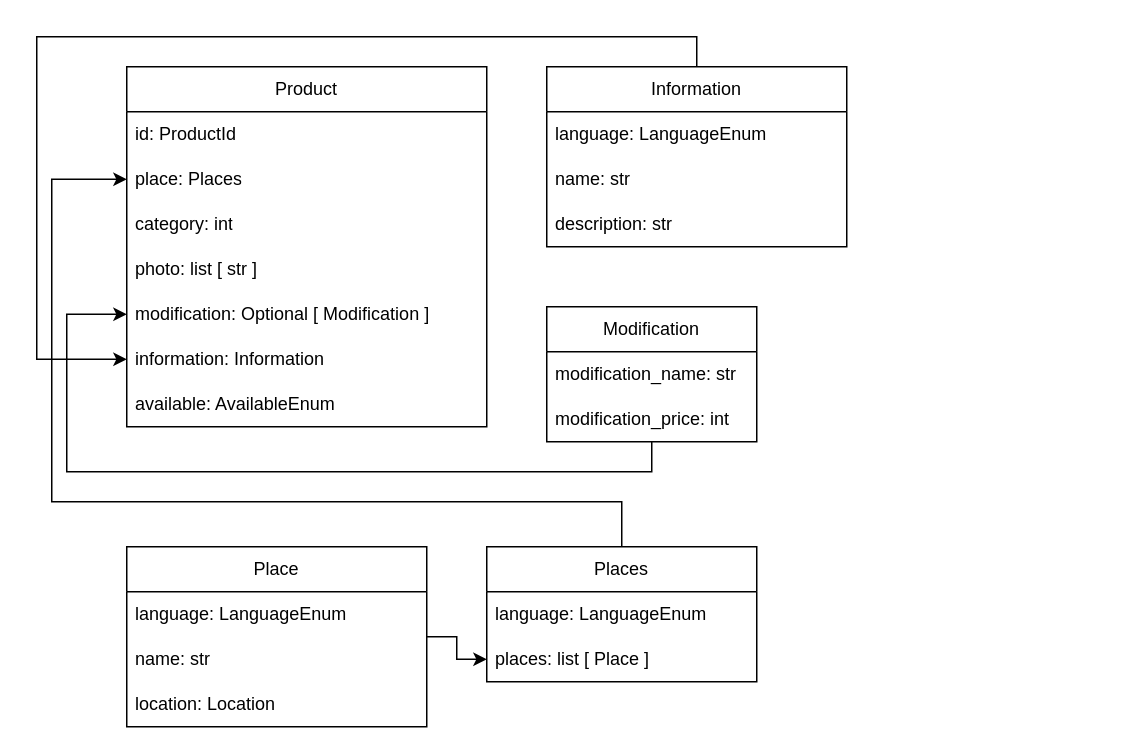
The draw.io diagram Delivery bot.drawio in KmvRoman/Diagrams, before the edit. Source tidied: cells renumbered, new cells numbered last; positions are measured from the earlier drawing's top-left corner, leaving out a move shared by most shapes. Both pictures are drawn from the tidied source at 150%, with x=0, y=0 at pixel (36, 36).
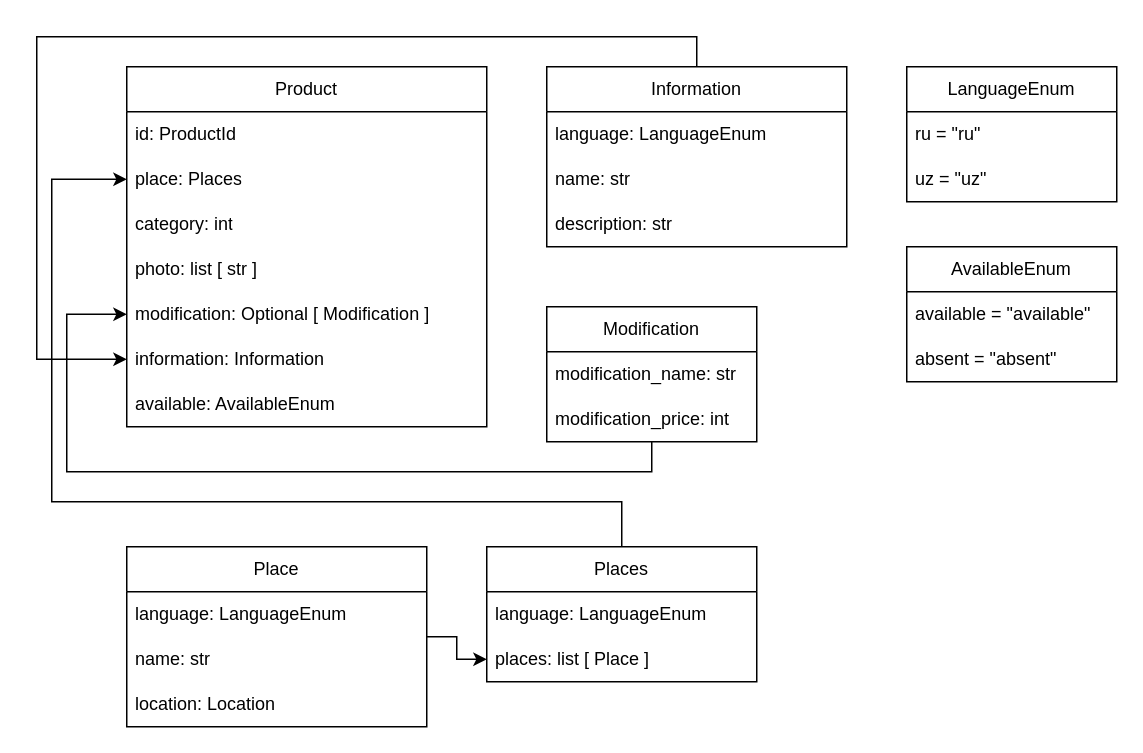
After the change.

Diff of the diagram source:
```diff
@@
+    <mxCell id="28" value="LanguageEnum" style="swimlane;fontStyle=0;horizontal=1;startSize=30;whiteSpace=wrap;html=1;" parent="1" vertex="1">
+      <mxGeometry x="580" y="20" width="140" height="90" as="geometry" />
+    </mxCell>
+    <mxCell id="29" value="ru = &quot;ru&quot;" style="text;strokeColor=none;fillColor=none;align=left;verticalAlign=middle;spacingLeft=4;spacingRight=4;overflow=hidden;whiteSpace=wrap;html=1;" parent="28" vertex="1">
+      <mxGeometry y="30" width="140" height="30" as="geometry" />
+    </mxCell>
+    <mxCell id="30" value="uz = &quot;uz&quot;" style="text;strokeColor=none;fillColor=none;align=left;verticalAlign=middle;spacingLeft=4;spacingRight=4;overflow=hidden;whiteSpace=wrap;html=1;" parent="28" vertex="1">
+      <mxGeometry y="60" width="140" height="30" as="geometry" />
+    </mxCell>
+    <mxCell id="31" value="AvailableEnum" style="swimlane;fontStyle=0;horizontal=1;startSize=30;whiteSpace=wrap;html=1;" parent="1" vertex="1">
+      <mxGeometry x="580" y="140" width="140" height="90" as="geometry" />
+    </mxCell>
+    <mxCell id="32" value="available = &quot;available&quot;" style="text;strokeColor=none;fillColor=none;align=left;verticalAlign=middle;spacingLeft=4;spacingRight=4;overflow=hidden;whiteSpace=wrap;html=1;" parent="31" vertex="1">
+      <mxGeometry y="30" width="140" height="30" as="geometry" />
+    </mxCell>
+    <mxCell id="33" value="absent = &quot;absent&quot;" style="text;strokeColor=none;fillColor=none;align=left;verticalAlign=middle;spacingLeft=4;spacingRight=4;overflow=hidden;whiteSpace=wrap;html=1;" parent="31" vertex="1">
+      <mxGeometry y="60" width="140" height="30" as="geometry" />
+    </mxCell>
```
